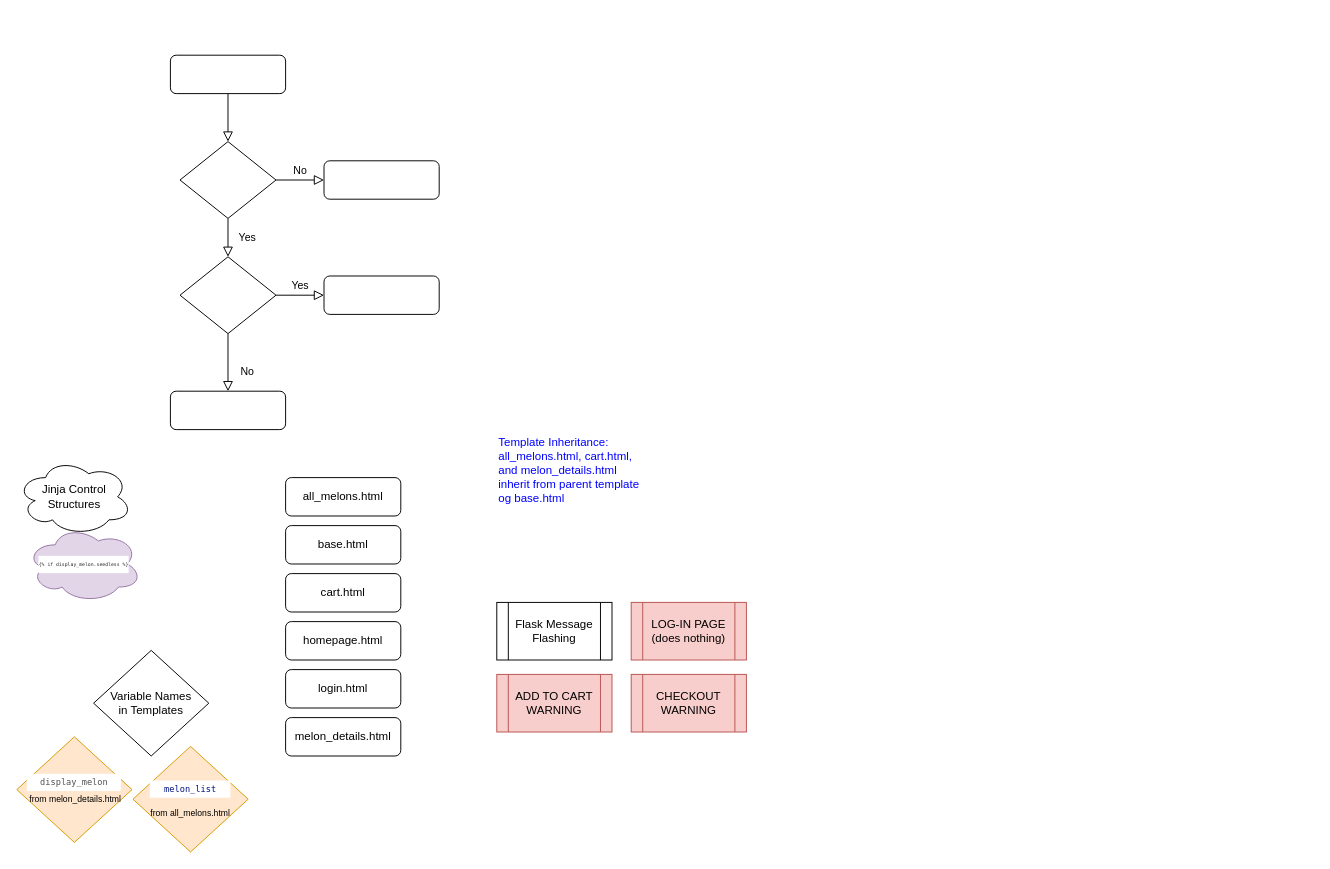
Earlier version of the draw.io diagram g_and_erikkas_PP-shopping_site.drawio (erikkaincolor/shopping-site). Source tidied: cells renumbered, new cells numbered last; positions are measured from the earlier drawing's top-left corner, leaving out a move shared by most shapes. Both pictures are drawn from the tidied source at 96%, with x=0, y=0 at pixel (16, 55).
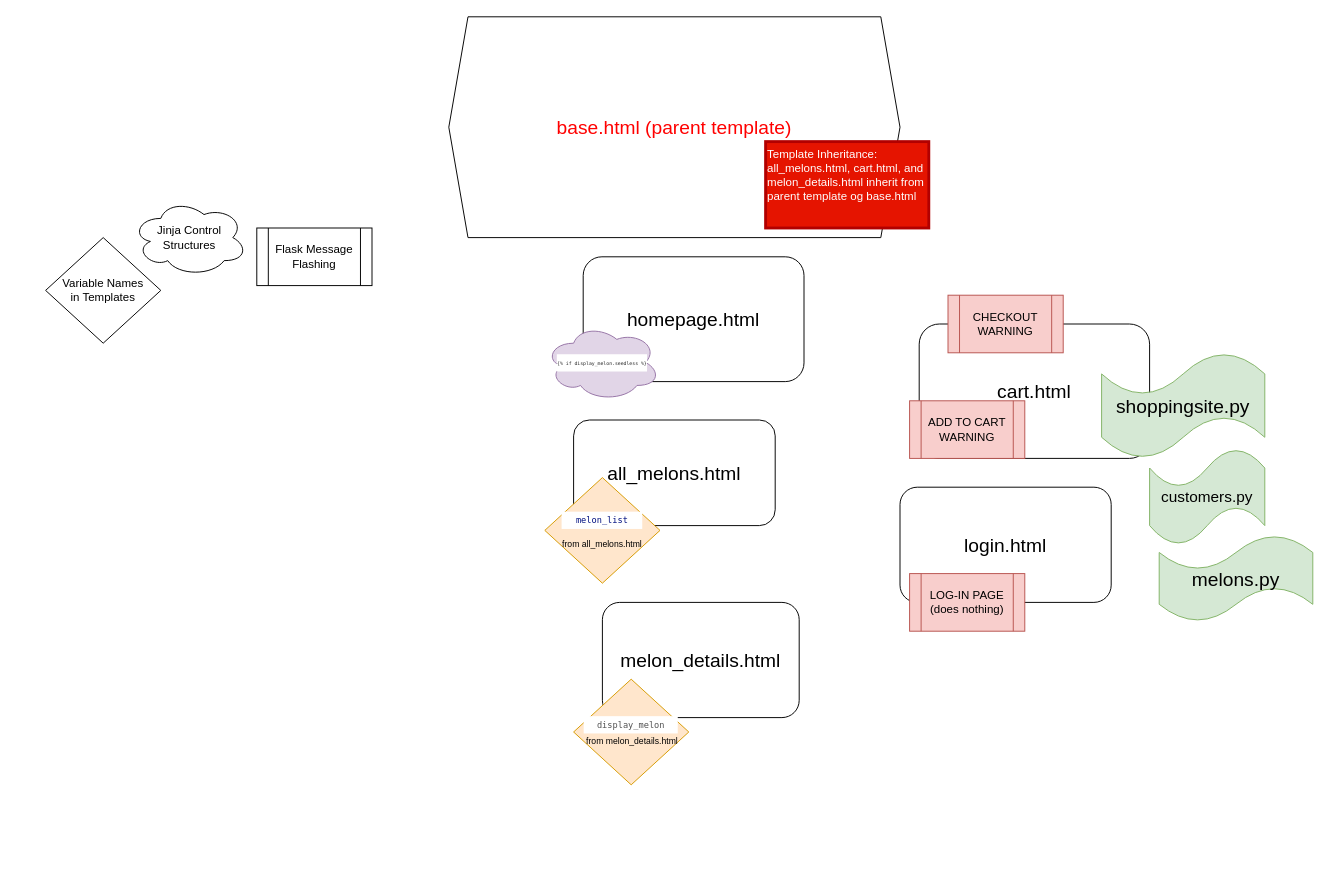
The same page after the edit.

Commit message:
updated page and software related relationships

Diff of the diagram source:
```diff
@@
-    <mxCell id="2" style="rounded=0;html=1;jettySize=auto;fontSize=11;endArrow=block;endFill=0;endSize=8;strokeWidth=1;shadow=0;labelBackgroundColor=none;edgeStyle=orthogonalEdgeStyle;" parent="1" edge="1" source="3" target="6">
-      <mxGeometry relative="1" as="geometry" />
-    </mxCell>
-    <mxCell id="3" style="rounded=1;whiteSpace=wrap;html=1;fontSize=12;glass=0;strokeWidth=1;shadow=0;" parent="1" vertex="1">
-      <mxGeometry x="160" width="120" height="40" as="geometry" />
-    </mxCell>
-    <mxCell id="4" value="Yes" style="rounded=0;html=1;jettySize=auto;fontSize=11;endArrow=block;endFill=0;endSize=8;strokeWidth=1;shadow=0;labelBackgroundColor=none;edgeStyle=orthogonalEdgeStyle;" parent="1" edge="1" source="6" target="10">
-      <mxGeometry y="20" relative="1" as="geometry" />
-    </mxCell>
-    <mxCell id="5" value="No" style="edgeStyle=orthogonalEdgeStyle;rounded=0;html=1;jettySize=auto;fontSize=11;endArrow=block;endFill=0;endSize=8;strokeWidth=1;shadow=0;labelBackgroundColor=none;" parent="1" edge="1" source="6" target="7">
-      <mxGeometry y="10" relative="1" as="geometry" />
-    </mxCell>
-    <mxCell id="6" style="rhombus;whiteSpace=wrap;html=1;shadow=0;fontFamily=Helvetica;fontSize=12;align=center;strokeWidth=1;spacing=6;spacingTop=-4;" parent="1" vertex="1">
-      <mxGeometry x="170" y="90" width="100" height="80" as="geometry" />
-    </mxCell>
-    <mxCell id="7" style="rounded=1;whiteSpace=wrap;html=1;fontSize=12;glass=0;strokeWidth=1;shadow=0;" parent="1" vertex="1">
-      <mxGeometry x="320" y="110" width="120" height="40" as="geometry" />
-    </mxCell>
-    <mxCell id="8" value="No" style="rounded=0;html=1;jettySize=auto;fontSize=11;endArrow=block;endFill=0;endSize=8;strokeWidth=1;shadow=0;labelBackgroundColor=none;edgeStyle=orthogonalEdgeStyle;" parent="1" edge="1" source="10" target="11">
-      <mxGeometry x="0.33" y="20" relative="1" as="geometry" />
-    </mxCell>
-    <mxCell id="9" value="Yes" style="edgeStyle=orthogonalEdgeStyle;rounded=0;html=1;jettySize=auto;fontSize=11;endArrow=block;endFill=0;endSize=8;strokeWidth=1;shadow=0;labelBackgroundColor=none;" parent="1" edge="1" source="10" target="12">
-      <mxGeometry y="10" relative="1" as="geometry" />
-    </mxCell>
-    <mxCell id="10" style="rhombus;whiteSpace=wrap;html=1;shadow=0;fontFamily=Helvetica;fontSize=12;align=center;strokeWidth=1;spacing=6;spacingTop=-4;" parent="1" vertex="1">
-      <mxGeometry x="170" y="210" width="100" height="80" as="geometry" />
-    </mxCell>
-    <mxCell id="11" style="rounded=1;whiteSpace=wrap;html=1;fontSize=12;glass=0;strokeWidth=1;shadow=0;" parent="1" vertex="1">
-      <mxGeometry x="160" y="350" width="120" height="40" as="geometry" />
-    </mxCell>
-    <mxCell id="12" style="rounded=1;whiteSpace=wrap;html=1;fontSize=12;glass=0;strokeWidth=1;shadow=0;" parent="1" vertex="1">
-      <mxGeometry x="320" y="230" width="120" height="40" as="geometry" />
-    </mxCell>
-    <mxCell id="13" value="melon_details.html" style="rounded=1;whiteSpace=wrap;html=1;fontSize=12;glass=0;strokeWidth=1;shadow=0;" parent="1" vertex="1">
-      <mxGeometry x="280" y="690" width="120" height="40" as="geometry" />
+    <mxCell id="13" value="&lt;font style=&quot;font-size: 20px;&quot;&gt;melon_details.html&lt;/font&gt;" style="rounded=1;whiteSpace=wrap;html=1;fontSize=12;glass=0;strokeWidth=1;shadow=0;" parent="1" vertex="1">
+      <mxGeometry x="610" y="570" width="205" height="120" as="geometry" />
     </mxCell>
-    <mxCell id="14" value="login.html" style="rounded=1;whiteSpace=wrap;html=1;fontSize=12;glass=0;strokeWidth=1;shadow=0;" parent="1" vertex="1">
-      <mxGeometry x="280" y="640" width="120" height="40" as="geometry" />
+    <mxCell id="14" value="&lt;font style=&quot;font-size: 20px;&quot;&gt;login.html&lt;/font&gt;" style="rounded=1;whiteSpace=wrap;html=1;fontSize=12;glass=0;strokeWidth=1;shadow=0;" parent="1" vertex="1">
+      <mxGeometry x="920" y="450" width="220" height="120" as="geometry" />
     </mxCell>
-    <mxCell id="15" value="homepage.html" style="rounded=1;whiteSpace=wrap;html=1;fontSize=12;glass=0;strokeWidth=1;shadow=0;" parent="1" vertex="1">
-      <mxGeometry x="280" y="590" width="120" height="40" as="geometry" />
-    </mxCell>
-    <mxCell id="16" value="cart.html" style="rounded=1;whiteSpace=wrap;html=1;fontSize=12;glass=0;strokeWidth=1;shadow=0;" parent="1" vertex="1">
-      <mxGeometry x="280" y="540" width="120" height="40" as="geometry" />
+    <mxCell id="16" value="&lt;font style=&quot;font-size: 20px;&quot;&gt;cart.html&lt;/font&gt;" style="rounded=1;whiteSpace=wrap;html=1;fontSize=12;glass=0;strokeWidth=1;shadow=0;" parent="1" vertex="1">
+      <mxGeometry x="940" y="280" width="240" height="140" as="geometry" />
     </mxCell>
-    <mxCell id="17" value="base.html" style="rounded=1;whiteSpace=wrap;html=1;fontSize=12;glass=0;strokeWidth=1;shadow=0;" parent="1" vertex="1">
-      <mxGeometry x="280" y="490" width="120" height="40" as="geometry" />
-    </mxCell>
-    <mxCell id="18" value="all_melons.html" style="rounded=1;whiteSpace=wrap;html=1;fontSize=12;glass=0;strokeWidth=1;shadow=0;" parent="1" vertex="1">
-      <mxGeometry x="280" y="440" width="120" height="40" as="geometry" />
+    <mxCell id="18" value="&lt;font style=&quot;font-size: 20px;&quot;&gt;all_melons.html&lt;/font&gt;" style="rounded=1;whiteSpace=wrap;html=1;fontSize=12;glass=0;strokeWidth=1;shadow=0;" parent="1" vertex="1">
+      <mxGeometry x="580" y="380" width="210" height="110" as="geometry" />
     </mxCell>
     <mxCell id="19" value="&lt;div&gt;Variable Names &lt;br&gt;&lt;/div&gt;&lt;div&gt;in Templates&lt;/div&gt;" style="rhombus;whiteSpace=wrap;html=1;" parent="1" vertex="1">
-      <mxGeometry x="80" y="620" width="120" height="110" as="geometry" />
+      <mxGeometry x="30" y="190" width="120" height="110" as="geometry" />
     </mxCell>
     <mxCell id="20" value="&lt;div style=&quot;color: rgb(41, 41, 41); background-color: rgb(255, 255, 255); font-family: Menlo, Monaco, &amp;quot;Courier New&amp;quot;, monospace; font-weight: normal; font-size: 9px; line-height: 18px;&quot;&gt;&lt;div style=&quot;font-size: 9px;&quot;&gt;&lt;font style=&quot;font-size: 9px;&quot;&gt;&lt;span style=&quot;color: rgb(0, 16, 128); font-size: 9px;&quot;&gt;melon_list&lt;/span&gt;&lt;/font&gt;&lt;/div&gt;&lt;/div&gt;&lt;div style=&quot;font-size: 9px;&quot;&gt;&lt;font style=&quot;font-size: 9px;&quot;&gt;&lt;br style=&quot;font-size: 9px;&quot;&gt;&lt;/font&gt;&lt;/div&gt;&lt;div style=&quot;font-size: 9px;&quot;&gt;&lt;font style=&quot;font-size: 9px;&quot;&gt;from all_melons.html&lt;br style=&quot;font-size: 9px;&quot;&gt;&lt;/font&gt;&lt;/div&gt;" style="rhombus;whiteSpace=wrap;html=1;fillColor=#ffe6cc;strokeColor=#d79b00;" parent="1" vertex="1">
-      <mxGeometry x="121" y="720" width="120" height="110" as="geometry" />
+      <mxGeometry x="550" y="440" width="120" height="110" as="geometry" />
     </mxCell>
     <mxCell id="21" value="&lt;div style=&quot;color: rgb(41, 41, 41); background-color: rgb(255, 255, 255); font-family: Menlo, Monaco, &amp;quot;Courier New&amp;quot;, monospace; font-weight: normal; font-size: 9px; line-height: 18px;&quot;&gt;&lt;div style=&quot;font-size: 9px;&quot;&gt;&lt;font style=&quot;font-size: 9px;&quot;&gt;&lt;span style=&quot;color: rgb(81, 81, 81); font-size: 9px;&quot;&gt;display_melon&lt;/span&gt;&lt;/font&gt;&lt;/div&gt;&lt;/div&gt;&lt;font style=&quot;font-size: 9px;&quot;&gt;&amp;nbsp;from melon_details.html&lt;/font&gt;" style="rhombus;whiteSpace=wrap;html=1;fillColor=#ffe6cc;strokeColor=#d79b00;" parent="1" vertex="1">
-      <mxGeometry y="710" width="120" height="110" as="geometry" />
+      <mxGeometry x="580" y="650" width="120" height="110" as="geometry" />
     </mxCell>
     <mxCell id="22" value="Flask Message Flashing" style="shape=process;whiteSpace=wrap;html=1;backgroundOutline=1;" parent="1" vertex="1">
-      <mxGeometry x="500" y="570" width="120" height="60" as="geometry" />
+      <mxGeometry x="250" y="180" width="120" height="60" as="geometry" />
     </mxCell>
     <mxCell id="23" value="Jinja Control Structures" style="ellipse;shape=cloud;whiteSpace=wrap;html=1;" parent="1" vertex="1">
-      <mxGeometry y="420" width="120" height="80" as="geometry" />
+      <mxGeometry x="120" y="150" width="120" height="80" as="geometry" />
     </mxCell>
-    <mxCell id="24" value="&lt;div style=&quot;color: rgb(41, 41, 41); background-color: rgb(255, 255, 255); font-family: Menlo, Monaco, &amp;quot;Courier New&amp;quot;, monospace; font-weight: normal; font-size: 5px; line-height: 18px;&quot;&gt;&lt;div style=&quot;font-size: 5px;&quot;&gt;&lt;span style=&quot;color: rgb(41, 41, 41); font-size: 5px;&quot;&gt;{% if display_melon.seedless %}&lt;/span&gt;&lt;/div&gt;&lt;/div&gt;" style="ellipse;shape=cloud;whiteSpace=wrap;html=1;fillColor=#e1d5e7;strokeColor=#9673a6;" parent="1" vertex="1">
-      <mxGeometry x="10" y="490" width="120" height="80" as="geometry" />
-    </mxCell>
-    <mxCell id="25" value="Template Inheritance: all_melons.html, cart.html, and melon_details.html inherit from parent template og base.html" style="text;whiteSpace=wrap;html=1;fontColor=#0000FF;" parent="1" vertex="1">
-      <mxGeometry x="500" y="390" width="160" height="40" as="geometry" />
-    </mxCell>
     <mxCell id="26" value="LOG-IN PAGE (does nothing)" style="shape=process;whiteSpace=wrap;html=1;backgroundOutline=1;fillColor=#f8cecc;strokeColor=#b85450;" parent="1" vertex="1">
-      <mxGeometry x="640" y="570" width="120" height="60" as="geometry" />
+      <mxGeometry x="930" y="540" width="120" height="60" as="geometry" />
     </mxCell>
     <mxCell id="27" value="CHECKOUT WARNING" style="shape=process;whiteSpace=wrap;html=1;backgroundOutline=1;fillColor=#f8cecc;strokeColor=#b85450;" parent="1" vertex="1">
-      <mxGeometry x="640" y="645" width="120" height="60" as="geometry" />
+      <mxGeometry x="970" y="250" width="120" height="60" as="geometry" />
     </mxCell>
     <mxCell id="28" value="ADD TO CART WARNING" style="shape=process;whiteSpace=wrap;html=1;backgroundOutline=1;fillColor=#f8cecc;strokeColor=#b85450;" parent="1" vertex="1">
-      <mxGeometry x="500" y="645" width="120" height="60" as="geometry" />
+      <mxGeometry x="930" y="360" width="120" height="60" as="geometry" />
     </mxCell>
+    <mxCell id="29" value="&lt;font style=&quot;font-size: 16px;&quot;&gt;customers.py&lt;/font&gt;" style="shape=tape;whiteSpace=wrap;html=1;fontSize=9;fillColor=#d5e8d4;strokeColor=#82b366;" parent="1" vertex="1">
+      <mxGeometry x="1180" y="410" width="120" height="100" as="geometry" />
+    </mxCell>
+    <mxCell id="30" value="&lt;font style=&quot;font-size: 20px;&quot;&gt;shoppingsite.py&lt;/font&gt;" style="shape=tape;whiteSpace=wrap;html=1;fontSize=9;fillColor=#d5e8d4;strokeColor=#82b366;" parent="1" vertex="1">
+      <mxGeometry x="1130" y="310" width="170" height="110" as="geometry" />
+    </mxCell>
+    <mxCell id="31" value="&lt;font style=&quot;font-size: 20px;&quot;&gt;melons.py&lt;/font&gt;" style="shape=tape;whiteSpace=wrap;html=1;fontSize=9;fillColor=#d5e8d4;strokeColor=#82b366;" parent="1" vertex="1">
+      <mxGeometry x="1190" y="500" width="160" height="90" as="geometry" />
+    </mxCell>
+    <mxCell id="15" value="&lt;font style=&quot;font-size: 20px;&quot;&gt;homepage.html&lt;/font&gt;" style="rounded=1;whiteSpace=wrap;html=1;fontSize=12;glass=0;strokeWidth=1;shadow=0;" parent="1" vertex="1">
+      <mxGeometry x="590" y="210" width="230" height="130" as="geometry" />
+    </mxCell>
+    <mxCell id="32" value="base.html (parent template)" style="shape=hexagon;perimeter=hexagonPerimeter2;whiteSpace=wrap;html=1;fixedSize=1;fontSize=20;fontColor=#FF0000;" parent="1" vertex="1">
+      <mxGeometry x="450" y="-40" width="470" height="230" as="geometry" />
+    </mxCell>
+    <mxCell id="33" style="edgeStyle=orthogonalEdgeStyle;rounded=0;orthogonalLoop=1;jettySize=auto;html=1;exitX=0.5;exitY=1;exitDx=0;exitDy=0;fontSize=20;fontColor=#FF0000;" parent="1" edge="1" source="16" target="16">
+      <mxGeometry relative="1" as="geometry" />
+    </mxCell>
+    <mxCell id="24" value="&lt;div style=&quot;color: rgb(41, 41, 41); background-color: rgb(255, 255, 255); font-family: Menlo, Monaco, &amp;quot;Courier New&amp;quot;, monospace; font-weight: normal; font-size: 5px; line-height: 18px;&quot;&gt;&lt;div style=&quot;font-size: 5px;&quot;&gt;&lt;span style=&quot;color: rgb(41, 41, 41); font-size: 5px;&quot;&gt;{% if display_melon.seedless %}&lt;/span&gt;&lt;/div&gt;&lt;/div&gt;" style="ellipse;shape=cloud;whiteSpace=wrap;html=1;fillColor=#e1d5e7;strokeColor=#9673a6;" parent="1" vertex="1">
+      <mxGeometry x="550" y="280" width="120" height="80" as="geometry" />
+    </mxCell>
+    <mxCell id="25" value="Template Inheritance: all_melons.html, cart.html, and melon_details.html inherit from parent template og base.html" style="text;whiteSpace=wrap;html=1;fillColor=#e51400;strokeColor=#B20000;fontColor=#ffffff;strokeWidth=3;" parent="1" vertex="1">
+      <mxGeometry x="780" y="90" width="170" height="90" as="geometry" />
+    </mxCell>
```
